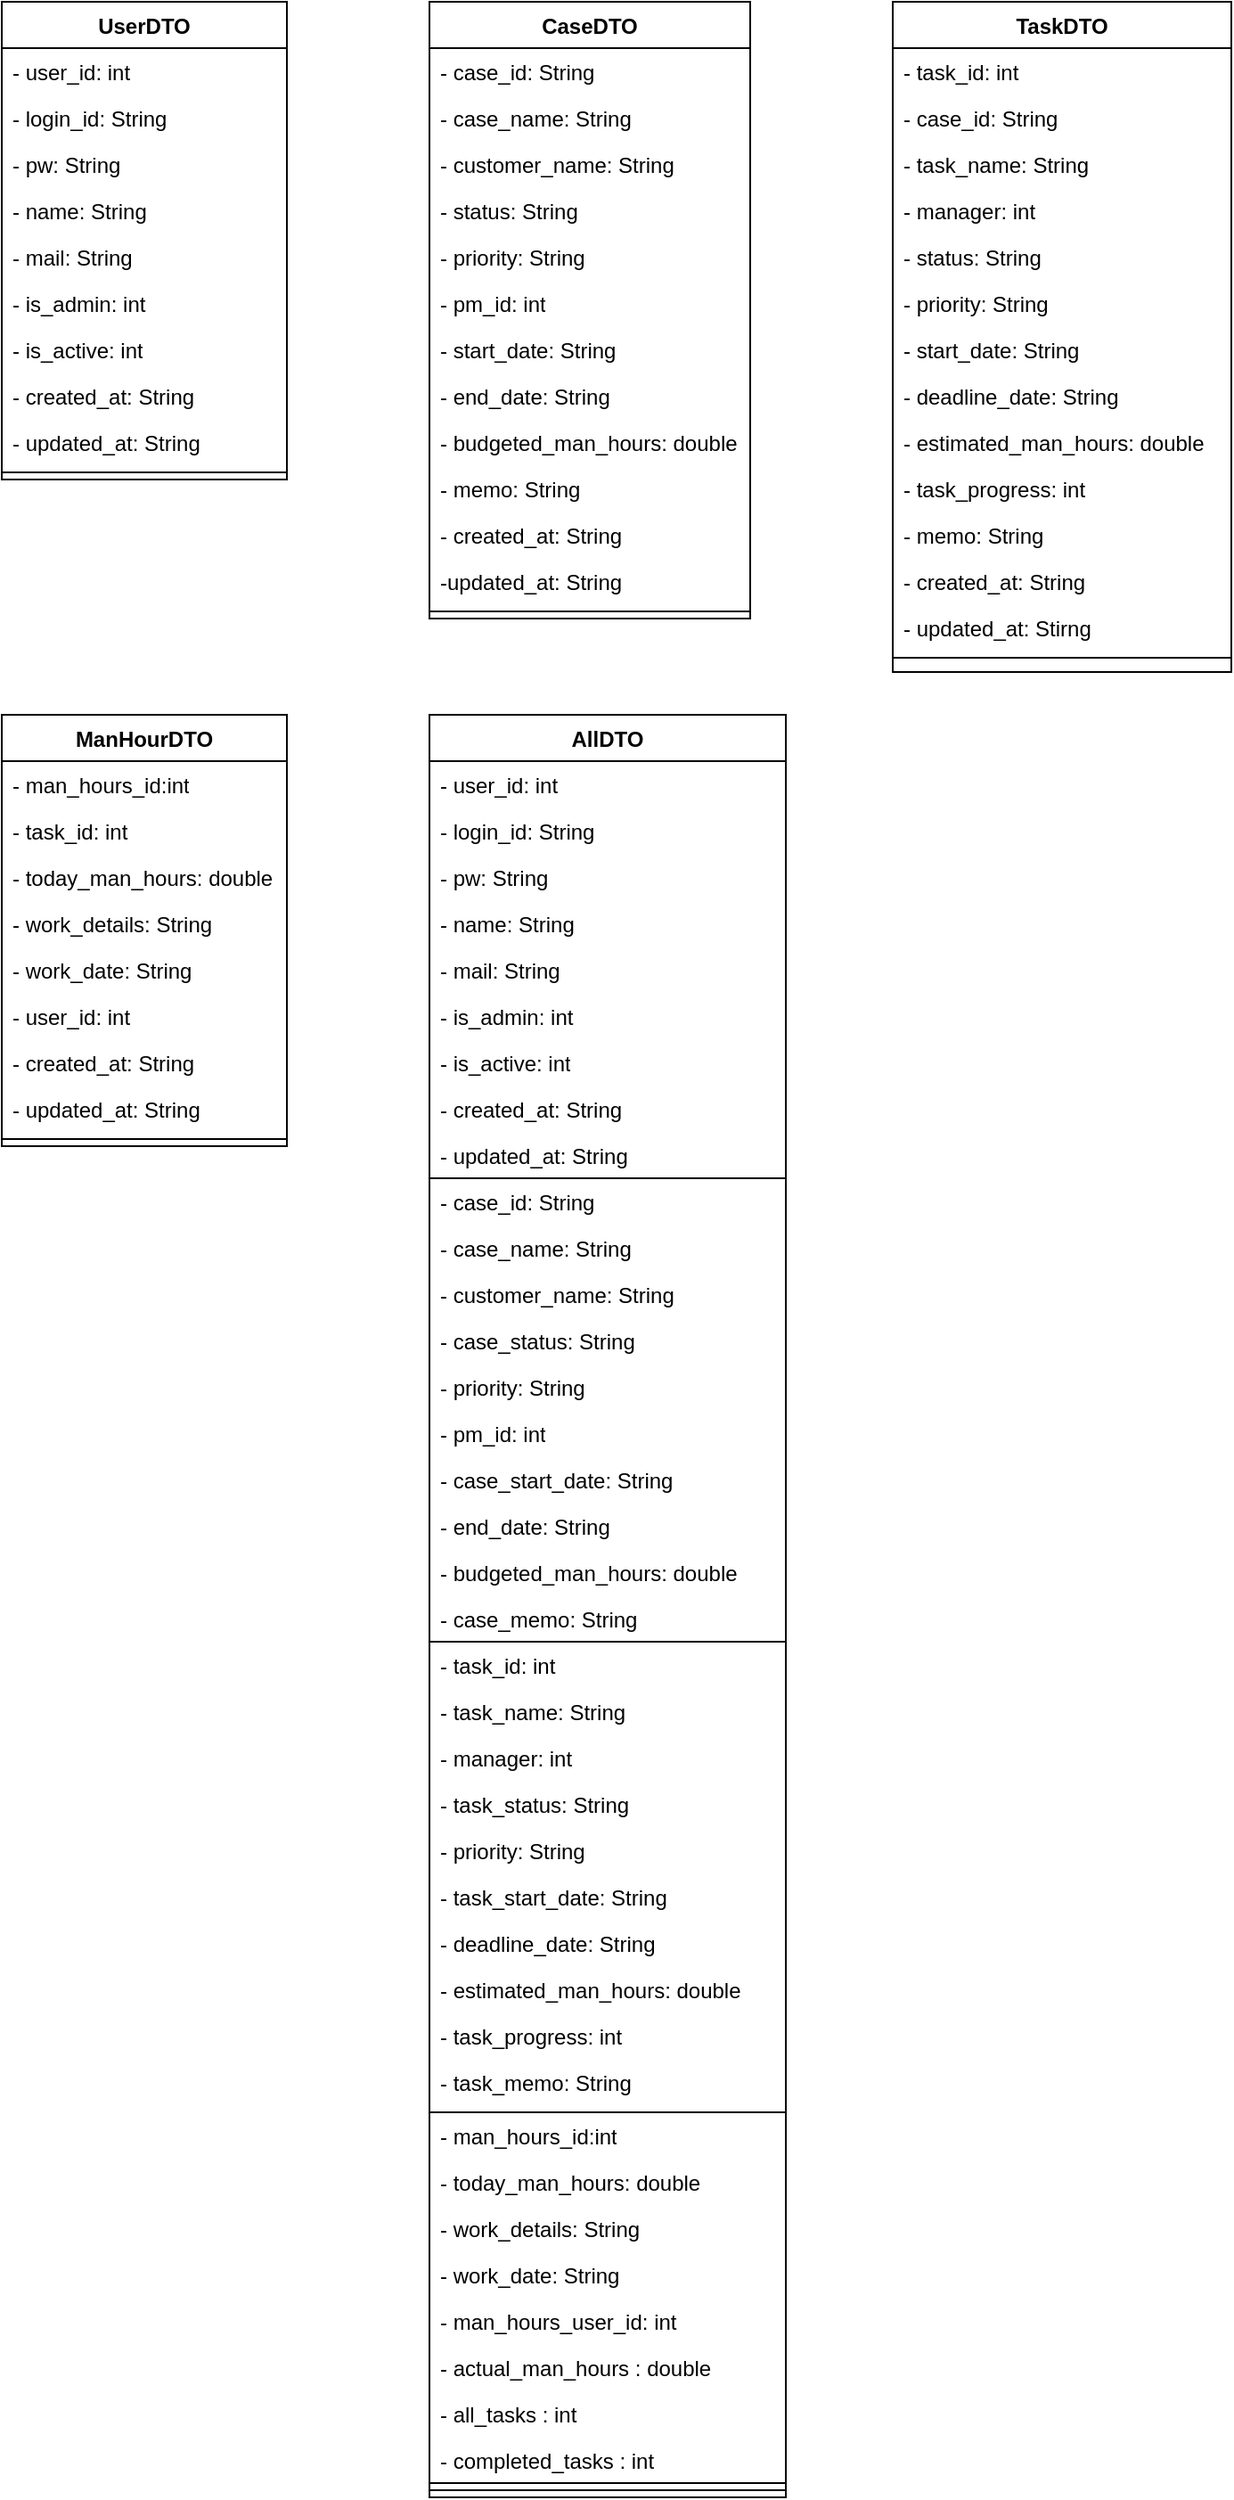
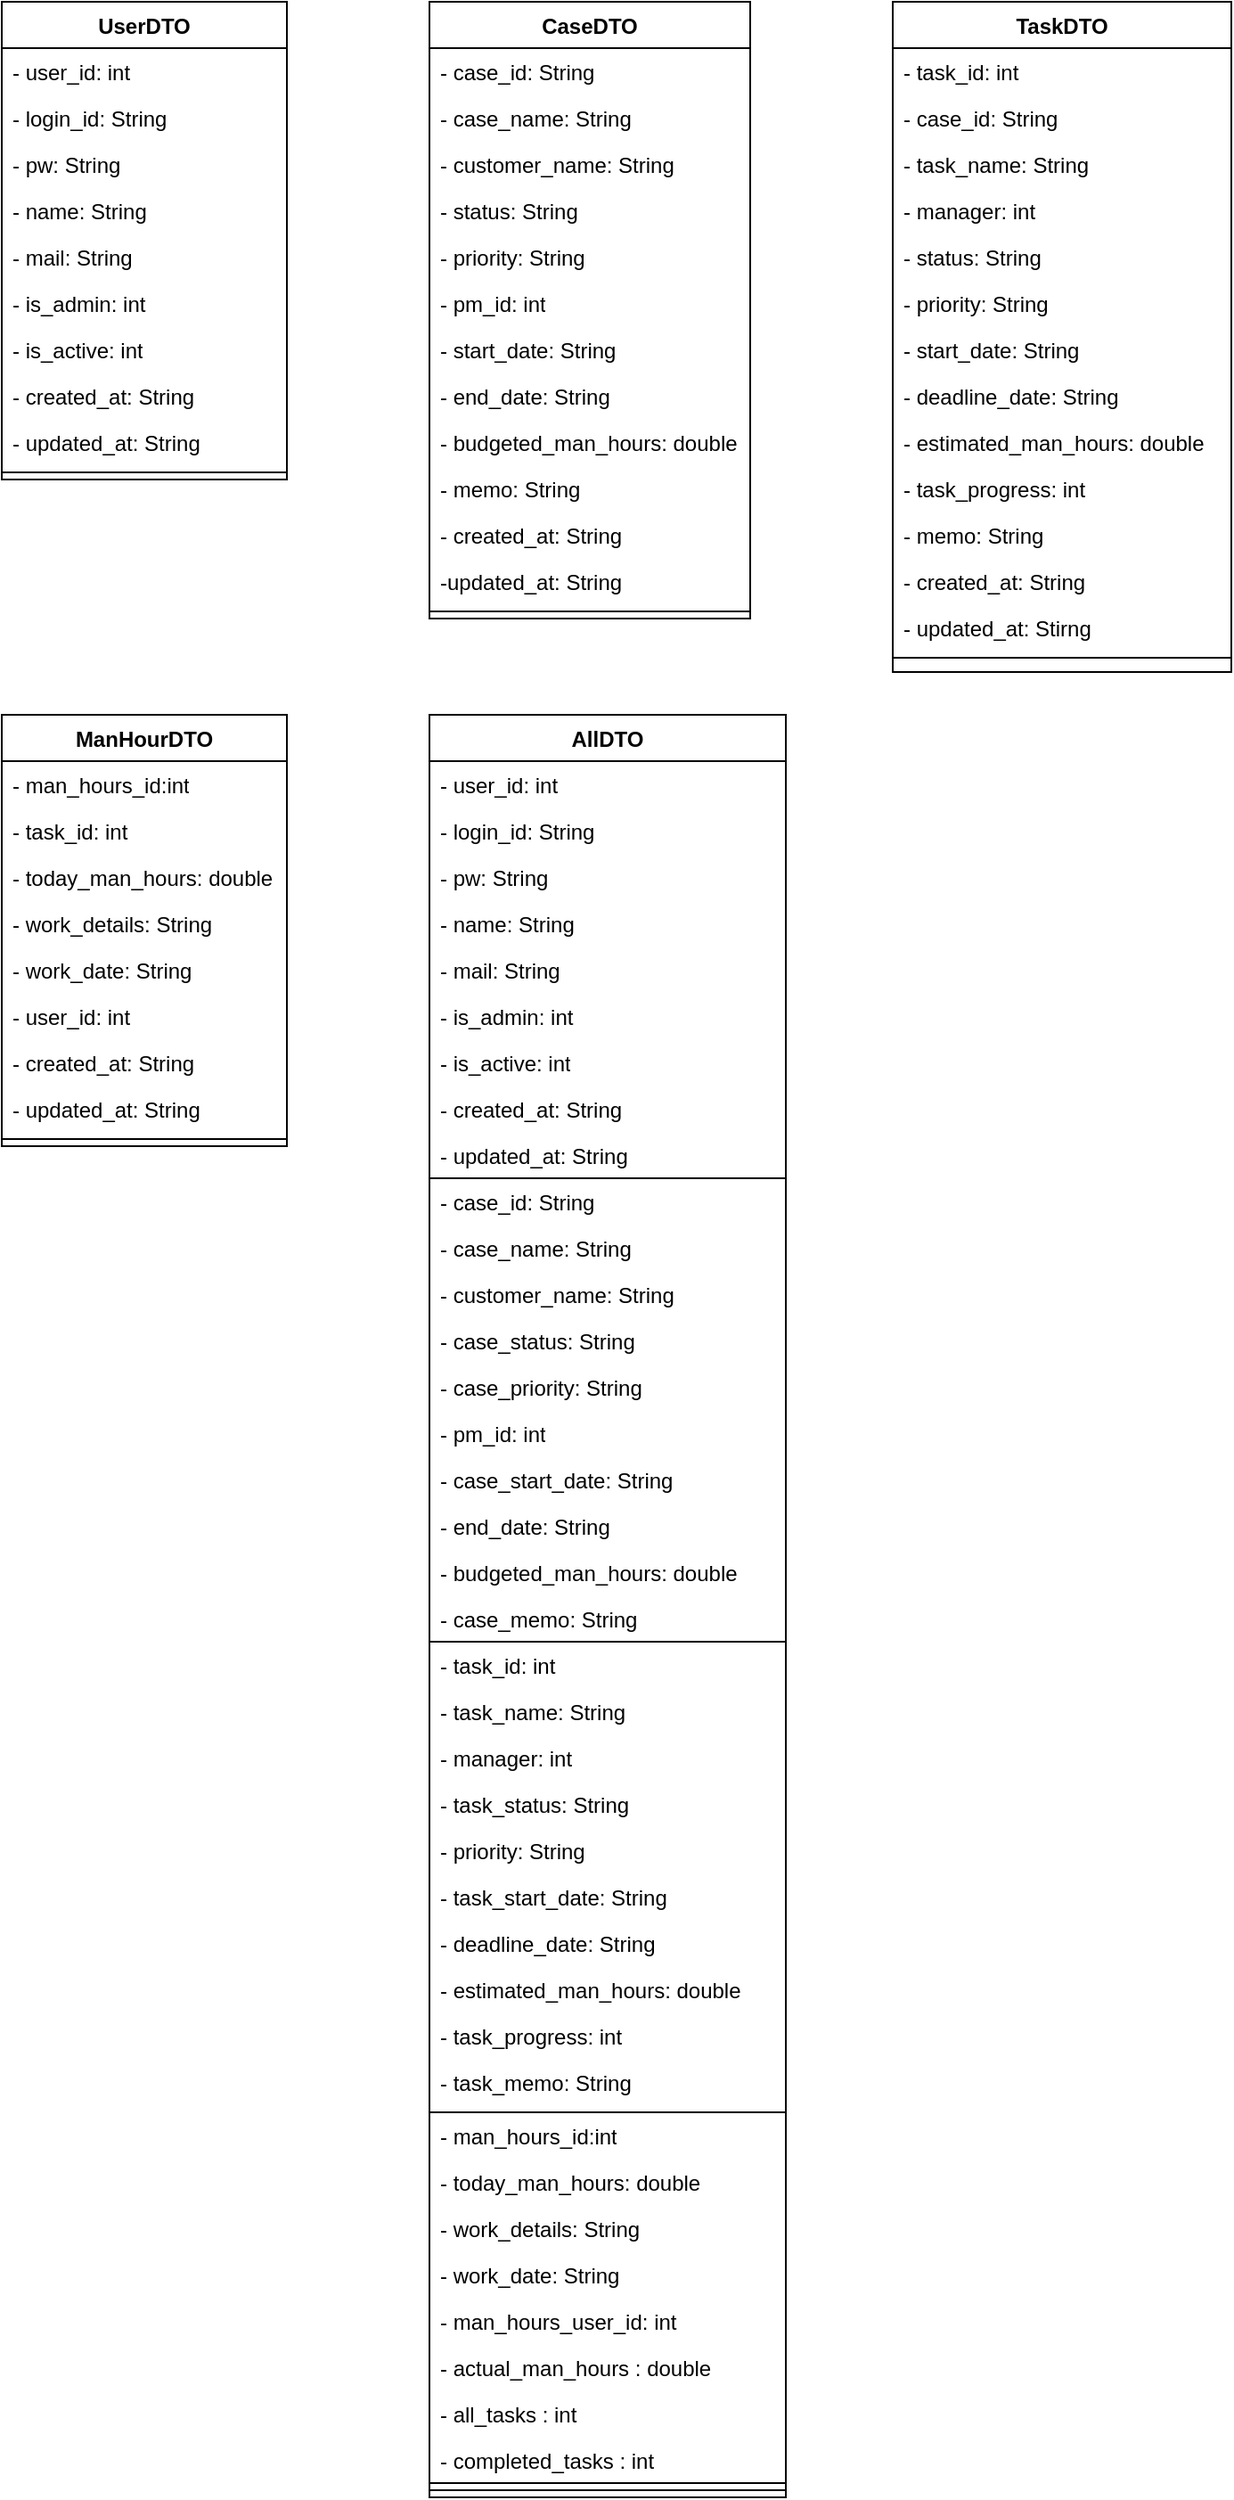
<mxfile host="65bd71144e">
    <diagram id="sRrsh6jzsbp9IWv2mriX" name="ページ1">
-         <mxGraphModel dx="396" dy="301" grid="1" gridSize="10" guides="1" tooltips="1" connect="1" arrows="1" fold="1" page="1" pageScale="1" pageWidth="827" pageHeight="1169" math="0" shadow="0">
+         <mxGraphModel dx="427" dy="472" grid="1" gridSize="10" guides="1" tooltips="1" connect="1" arrows="1" fold="1" page="1" pageScale="1" pageWidth="827" pageHeight="1169" math="0" shadow="0">
            <root>
                <mxCell id="0"/>
                <mxCell id="1" parent="0"/>
                <mxCell id="10" value="TaskDTO" style="swimlane;fontStyle=1;align=center;verticalAlign=top;childLayout=stackLayout;horizontal=1;startSize=26;horizontalStack=0;resizeParent=1;resizeParentMax=0;resizeLast=0;collapsible=1;marginBottom=0;whiteSpace=wrap;html=1;" parent="1" vertex="1">
                    <mxGeometry x="580" y="40" width="190" height="376" as="geometry"/>
                </mxCell>
                <mxCell id="11" value="- task_id: int" style="text;strokeColor=none;fillColor=none;align=left;verticalAlign=top;spacingLeft=4;spacingRight=4;overflow=hidden;rotatable=0;points=[[0,0.5],[1,0.5]];portConstraint=eastwest;whiteSpace=wrap;html=1;" parent="10" vertex="1">
                    <mxGeometry y="26" width="190" height="26" as="geometry"/>
                </mxCell>
                <mxCell id="54" value="- case_id: String" style="text;strokeColor=none;fillColor=none;align=left;verticalAlign=top;spacingLeft=4;spacingRight=4;overflow=hidden;rotatable=0;points=[[0,0.5],[1,0.5]];portConstraint=eastwest;whiteSpace=wrap;html=1;" parent="10" vertex="1">
                    <mxGeometry y="52" width="190" height="26" as="geometry"/>
                </mxCell>
                <mxCell id="53" value="- task_name: String" style="text;strokeColor=none;fillColor=none;align=left;verticalAlign=top;spacingLeft=4;spacingRight=4;overflow=hidden;rotatable=0;points=[[0,0.5],[1,0.5]];portConstraint=eastwest;whiteSpace=wrap;html=1;" parent="10" vertex="1">
                    <mxGeometry y="78" width="190" height="26" as="geometry"/>
                </mxCell>
                <mxCell id="52" value="- manager: int" style="text;strokeColor=none;fillColor=none;align=left;verticalAlign=top;spacingLeft=4;spacingRight=4;overflow=hidden;rotatable=0;points=[[0,0.5],[1,0.5]];portConstraint=eastwest;whiteSpace=wrap;html=1;" parent="10" vertex="1">
                    <mxGeometry y="104" width="190" height="26" as="geometry"/>
                </mxCell>
                <mxCell id="47" value="- status: String" style="text;strokeColor=none;fillColor=none;align=left;verticalAlign=top;spacingLeft=4;spacingRight=4;overflow=hidden;rotatable=0;points=[[0,0.5],[1,0.5]];portConstraint=eastwest;whiteSpace=wrap;html=1;" parent="10" vertex="1">
                    <mxGeometry y="130" width="190" height="26" as="geometry"/>
                </mxCell>
                <mxCell id="13" value="&lt;div&gt;&lt;br&gt;&lt;/div&gt;" style="text;strokeColor=none;fillColor=none;align=left;verticalAlign=top;spacingLeft=4;spacingRight=4;overflow=hidden;rotatable=0;points=[[0,0.5],[1,0.5]];portConstraint=eastwest;whiteSpace=wrap;html=1;" parent="10" vertex="1">
                    <mxGeometry y="156" width="190" as="geometry"/>
                </mxCell>
                <mxCell id="48" value="- priority: String" style="text;strokeColor=none;fillColor=none;align=left;verticalAlign=top;spacingLeft=4;spacingRight=4;overflow=hidden;rotatable=0;points=[[0,0.5],[1,0.5]];portConstraint=eastwest;whiteSpace=wrap;html=1;" parent="10" vertex="1">
                    <mxGeometry y="156" width="190" height="26" as="geometry"/>
                </mxCell>
                <mxCell id="49" value="- start_date: String" style="text;strokeColor=none;fillColor=none;align=left;verticalAlign=top;spacingLeft=4;spacingRight=4;overflow=hidden;rotatable=0;points=[[0,0.5],[1,0.5]];portConstraint=eastwest;whiteSpace=wrap;html=1;" parent="10" vertex="1">
                    <mxGeometry y="182" width="190" height="26" as="geometry"/>
                </mxCell>
                <mxCell id="55" value="- deadline_date: String" style="text;strokeColor=none;fillColor=none;align=left;verticalAlign=top;spacingLeft=4;spacingRight=4;overflow=hidden;rotatable=0;points=[[0,0.5],[1,0.5]];portConstraint=eastwest;whiteSpace=wrap;html=1;" parent="10" vertex="1">
                    <mxGeometry y="208" width="190" height="26" as="geometry"/>
                </mxCell>
                <mxCell id="56" value="- estimated_man_hours: double" style="text;strokeColor=none;fillColor=none;align=left;verticalAlign=top;spacingLeft=4;spacingRight=4;overflow=hidden;rotatable=0;points=[[0,0.5],[1,0.5]];portConstraint=eastwest;whiteSpace=wrap;html=1;" parent="10" vertex="1">
                    <mxGeometry y="234" width="190" height="26" as="geometry"/>
                </mxCell>
                <mxCell id="59" value="- task_progress: int" style="text;strokeColor=none;fillColor=none;align=left;verticalAlign=top;spacingLeft=4;spacingRight=4;overflow=hidden;rotatable=0;points=[[0,0.5],[1,0.5]];portConstraint=eastwest;whiteSpace=wrap;html=1;" parent="10" vertex="1">
                    <mxGeometry y="260" width="190" height="26" as="geometry"/>
                </mxCell>
                <mxCell id="58" value="- memo: String" style="text;strokeColor=none;fillColor=none;align=left;verticalAlign=top;spacingLeft=4;spacingRight=4;overflow=hidden;rotatable=0;points=[[0,0.5],[1,0.5]];portConstraint=eastwest;whiteSpace=wrap;html=1;" parent="10" vertex="1">
                    <mxGeometry y="286" width="190" height="26" as="geometry"/>
                </mxCell>
                <mxCell id="57" value="- created_at: String" style="text;strokeColor=none;fillColor=none;align=left;verticalAlign=top;spacingLeft=4;spacingRight=4;overflow=hidden;rotatable=0;points=[[0,0.5],[1,0.5]];portConstraint=eastwest;whiteSpace=wrap;html=1;" parent="10" vertex="1">
                    <mxGeometry y="312" width="190" height="26" as="geometry"/>
                </mxCell>
                <mxCell id="60" value="- updated_at: Stirng" style="text;strokeColor=none;fillColor=none;align=left;verticalAlign=top;spacingLeft=4;spacingRight=4;overflow=hidden;rotatable=0;points=[[0,0.5],[1,0.5]];portConstraint=eastwest;whiteSpace=wrap;html=1;" parent="10" vertex="1">
                    <mxGeometry y="338" width="190" height="26" as="geometry"/>
                </mxCell>
                <mxCell id="12" value="" style="line;strokeWidth=1;fillColor=none;align=left;verticalAlign=middle;spacingTop=-1;spacingLeft=3;spacingRight=3;rotatable=0;labelPosition=right;points=[];portConstraint=eastwest;strokeColor=inherit;" parent="10" vertex="1">
                    <mxGeometry y="364" width="190" height="8" as="geometry"/>
                </mxCell>
                <mxCell id="45" style="text;strokeColor=none;fillColor=none;align=left;verticalAlign=top;spacingLeft=4;spacingRight=4;overflow=hidden;rotatable=0;points=[[0,0.5],[1,0.5]];portConstraint=eastwest;whiteSpace=wrap;html=1;" parent="10" vertex="1">
                    <mxGeometry y="372" width="190" height="4" as="geometry"/>
                </mxCell>
                <mxCell id="14" value="ManHourDTO" style="swimlane;fontStyle=1;align=center;verticalAlign=top;childLayout=stackLayout;horizontal=1;startSize=26;horizontalStack=0;resizeParent=1;resizeParentMax=0;resizeLast=0;collapsible=1;marginBottom=0;whiteSpace=wrap;html=1;" parent="1" vertex="1">
                    <mxGeometry x="80" y="440" width="160" height="242" as="geometry"/>
                </mxCell>
                <mxCell id="15" value="- man_hours_id:int" style="text;strokeColor=none;fillColor=none;align=left;verticalAlign=top;spacingLeft=4;spacingRight=4;overflow=hidden;rotatable=0;points=[[0,0.5],[1,0.5]];portConstraint=eastwest;whiteSpace=wrap;html=1;" parent="14" vertex="1">
                    <mxGeometry y="26" width="160" height="26" as="geometry"/>
                </mxCell>
                <mxCell id="66" value="- task_id: int" style="text;strokeColor=none;fillColor=none;align=left;verticalAlign=top;spacingLeft=4;spacingRight=4;overflow=hidden;rotatable=0;points=[[0,0.5],[1,0.5]];portConstraint=eastwest;whiteSpace=wrap;html=1;" parent="14" vertex="1">
                    <mxGeometry y="52" width="160" height="26" as="geometry"/>
                </mxCell>
                <mxCell id="65" value="- today_man_hours: double" style="text;strokeColor=none;fillColor=none;align=left;verticalAlign=top;spacingLeft=4;spacingRight=4;overflow=hidden;rotatable=0;points=[[0,0.5],[1,0.5]];portConstraint=eastwest;whiteSpace=wrap;html=1;" parent="14" vertex="1">
                    <mxGeometry y="78" width="160" height="26" as="geometry"/>
                </mxCell>
                <mxCell id="64" value="- work_details: String" style="text;strokeColor=none;fillColor=none;align=left;verticalAlign=top;spacingLeft=4;spacingRight=4;overflow=hidden;rotatable=0;points=[[0,0.5],[1,0.5]];portConstraint=eastwest;whiteSpace=wrap;html=1;" parent="14" vertex="1">
                    <mxGeometry y="104" width="160" height="26" as="geometry"/>
                </mxCell>
                <mxCell id="63" value="- work_date: String" style="text;strokeColor=none;fillColor=none;align=left;verticalAlign=top;spacingLeft=4;spacingRight=4;overflow=hidden;rotatable=0;points=[[0,0.5],[1,0.5]];portConstraint=eastwest;whiteSpace=wrap;html=1;" parent="14" vertex="1">
                    <mxGeometry y="130" width="160" height="26" as="geometry"/>
                </mxCell>
                <mxCell id="62" value="- user_id: int" style="text;strokeColor=none;fillColor=none;align=left;verticalAlign=top;spacingLeft=4;spacingRight=4;overflow=hidden;rotatable=0;points=[[0,0.5],[1,0.5]];portConstraint=eastwest;whiteSpace=wrap;html=1;" parent="14" vertex="1">
                    <mxGeometry y="156" width="160" height="26" as="geometry"/>
                </mxCell>
                <mxCell id="61" value="- created_at: String" style="text;strokeColor=none;fillColor=none;align=left;verticalAlign=top;spacingLeft=4;spacingRight=4;overflow=hidden;rotatable=0;points=[[0,0.5],[1,0.5]];portConstraint=eastwest;whiteSpace=wrap;html=1;" parent="14" vertex="1">
                    <mxGeometry y="182" width="160" height="26" as="geometry"/>
                </mxCell>
                <mxCell id="67" value="- updated_at: String" style="text;strokeColor=none;fillColor=none;align=left;verticalAlign=top;spacingLeft=4;spacingRight=4;overflow=hidden;rotatable=0;points=[[0,0.5],[1,0.5]];portConstraint=eastwest;whiteSpace=wrap;html=1;" parent="14" vertex="1">
                    <mxGeometry y="208" width="160" height="26" as="geometry"/>
                </mxCell>
                <mxCell id="16" value="" style="line;strokeWidth=1;fillColor=none;align=left;verticalAlign=middle;spacingTop=-1;spacingLeft=3;spacingRight=3;rotatable=0;labelPosition=right;points=[];portConstraint=eastwest;strokeColor=inherit;" parent="14" vertex="1">
                    <mxGeometry y="234" width="160" height="8" as="geometry"/>
                </mxCell>
                <mxCell id="18" value="UserDTO" style="swimlane;fontStyle=1;align=center;verticalAlign=top;childLayout=stackLayout;horizontal=1;startSize=26;horizontalStack=0;resizeParent=1;resizeParentMax=0;resizeLast=0;collapsible=1;marginBottom=0;whiteSpace=wrap;html=1;spacingLeft=4;spacingRight=4;fontFamily=Helvetica;fontSize=12;fontColor=default;fillColor=none;gradientColor=none;" parent="1" vertex="1">
                    <mxGeometry x="80" y="40" width="160" height="268" as="geometry"/>
                </mxCell>
                <mxCell id="19" value="- user_id: int" style="text;strokeColor=none;fillColor=none;align=left;verticalAlign=top;spacingLeft=4;spacingRight=4;overflow=hidden;rotatable=0;points=[[0,0.5],[1,0.5]];portConstraint=eastwest;whiteSpace=wrap;html=1;fontFamily=Helvetica;fontSize=12;fontColor=default;" parent="18" vertex="1">
                    <mxGeometry y="26" width="160" height="26" as="geometry"/>
                </mxCell>
                <mxCell id="32" value="- login_id: String" style="text;strokeColor=none;fillColor=none;align=left;verticalAlign=top;spacingLeft=4;spacingRight=4;overflow=hidden;rotatable=0;points=[[0,0.5],[1,0.5]];portConstraint=eastwest;whiteSpace=wrap;html=1;fontFamily=Helvetica;fontSize=12;fontColor=default;" parent="18" vertex="1">
                    <mxGeometry y="52" width="160" height="26" as="geometry"/>
                </mxCell>
                <mxCell id="20" value="- pw: String" style="text;strokeColor=none;fillColor=none;align=left;verticalAlign=top;spacingLeft=4;spacingRight=4;overflow=hidden;rotatable=0;points=[[0,0.5],[1,0.5]];portConstraint=eastwest;whiteSpace=wrap;html=1;fontFamily=Helvetica;fontSize=12;fontColor=default;" parent="18" vertex="1">
                    <mxGeometry y="78" width="160" height="26" as="geometry"/>
                </mxCell>
                <mxCell id="21" value="&lt;span style=&quot;color: rgb(0, 0, 0);&quot;&gt;- name: String&lt;/span&gt;" style="text;strokeColor=none;fillColor=none;align=left;verticalAlign=top;spacingLeft=4;spacingRight=4;overflow=hidden;rotatable=0;points=[[0,0.5],[1,0.5]];portConstraint=eastwest;whiteSpace=wrap;html=1;fontFamily=Helvetica;fontSize=12;fontColor=default;" parent="18" vertex="1">
                    <mxGeometry y="104" width="160" height="26" as="geometry"/>
                </mxCell>
                <mxCell id="33" value="- mail: String" style="text;strokeColor=none;fillColor=none;align=left;verticalAlign=top;spacingLeft=4;spacingRight=4;overflow=hidden;rotatable=0;points=[[0,0.5],[1,0.5]];portConstraint=eastwest;whiteSpace=wrap;html=1;fontFamily=Helvetica;fontSize=12;fontColor=default;" parent="18" vertex="1">
                    <mxGeometry y="130" width="160" height="26" as="geometry"/>
                </mxCell>
                <mxCell id="22" value="&lt;span style=&quot;color: rgb(0, 0, 0);&quot;&gt;- is_admin: int&lt;/span&gt;" style="text;strokeColor=none;fillColor=none;align=left;verticalAlign=top;spacingLeft=4;spacingRight=4;overflow=hidden;rotatable=0;points=[[0,0.5],[1,0.5]];portConstraint=eastwest;whiteSpace=wrap;html=1;fontFamily=Helvetica;fontSize=12;fontColor=default;" parent="18" vertex="1">
                    <mxGeometry y="156" width="160" height="26" as="geometry"/>
                </mxCell>
                <mxCell id="34" value="- is_active: int" style="text;strokeColor=none;fillColor=none;align=left;verticalAlign=top;spacingLeft=4;spacingRight=4;overflow=hidden;rotatable=0;points=[[0,0.5],[1,0.5]];portConstraint=eastwest;whiteSpace=wrap;html=1;fontFamily=Helvetica;fontSize=12;fontColor=default;" parent="18" vertex="1">
                    <mxGeometry y="182" width="160" height="26" as="geometry"/>
                </mxCell>
                <mxCell id="36" value="- created_at: String" style="text;strokeColor=none;fillColor=none;align=left;verticalAlign=top;spacingLeft=4;spacingRight=4;overflow=hidden;rotatable=0;points=[[0,0.5],[1,0.5]];portConstraint=eastwest;whiteSpace=wrap;html=1;fontFamily=Helvetica;fontSize=12;fontColor=default;" parent="18" vertex="1">
                    <mxGeometry y="208" width="160" height="26" as="geometry"/>
                </mxCell>
                <mxCell id="35" value="- updated_at: String" style="text;strokeColor=none;fillColor=none;align=left;verticalAlign=top;spacingLeft=4;spacingRight=4;overflow=hidden;rotatable=0;points=[[0,0.5],[1,0.5]];portConstraint=eastwest;whiteSpace=wrap;html=1;fontFamily=Helvetica;fontSize=12;fontColor=default;" parent="18" vertex="1">
                    <mxGeometry y="234" width="160" height="26" as="geometry"/>
                </mxCell>
                <mxCell id="24" value="" style="line;strokeWidth=1;fillColor=none;align=left;verticalAlign=middle;spacingTop=-1;spacingLeft=3;spacingRight=3;rotatable=0;labelPosition=right;points=[];portConstraint=eastwest;strokeColor=inherit;fontFamily=Helvetica;fontSize=12;fontColor=default;" parent="18" vertex="1">
                    <mxGeometry y="260" width="160" height="8" as="geometry"/>
                </mxCell>
                <mxCell id="25" value="CaseDTO" style="swimlane;fontStyle=1;align=center;verticalAlign=top;childLayout=stackLayout;horizontal=1;startSize=26;horizontalStack=0;resizeParent=1;resizeParentMax=0;resizeLast=0;collapsible=1;marginBottom=0;whiteSpace=wrap;html=1;spacingLeft=4;spacingRight=4;fontFamily=Helvetica;fontSize=12;fontColor=default;fillColor=none;gradientColor=none;" parent="1" vertex="1">
                    <mxGeometry x="320" y="40" width="180" height="346" as="geometry"/>
                </mxCell>
                <mxCell id="26" value="- case_id: String" style="text;strokeColor=none;fillColor=none;align=left;verticalAlign=top;spacingLeft=4;spacingRight=4;overflow=hidden;rotatable=0;points=[[0,0.5],[1,0.5]];portConstraint=eastwest;whiteSpace=wrap;html=1;fontFamily=Helvetica;fontSize=12;fontColor=default;" parent="25" vertex="1">
                    <mxGeometry y="26" width="180" height="26" as="geometry"/>
                </mxCell>
                <mxCell id="27" value="- case_name: String" style="text;strokeColor=none;fillColor=none;align=left;verticalAlign=top;spacingLeft=4;spacingRight=4;overflow=hidden;rotatable=0;points=[[0,0.5],[1,0.5]];portConstraint=eastwest;whiteSpace=wrap;html=1;fontFamily=Helvetica;fontSize=12;fontColor=default;" parent="25" vertex="1">
                    <mxGeometry y="52" width="180" height="26" as="geometry"/>
                </mxCell>
                <mxCell id="28" value="&lt;span style=&quot;color: rgb(0, 0, 0);&quot;&gt;- customer_name: String&lt;/span&gt;" style="text;strokeColor=none;fillColor=none;align=left;verticalAlign=top;spacingLeft=4;spacingRight=4;overflow=hidden;rotatable=0;points=[[0,0.5],[1,0.5]];portConstraint=eastwest;whiteSpace=wrap;html=1;fontFamily=Helvetica;fontSize=12;fontColor=default;" parent="25" vertex="1">
                    <mxGeometry y="78" width="180" height="26" as="geometry"/>
                </mxCell>
                <mxCell id="29" value="&lt;span style=&quot;color: rgb(0, 0, 0);&quot;&gt;- status&lt;/span&gt;&lt;span style=&quot;background-color: transparent;&quot;&gt;: String&lt;/span&gt;" style="text;strokeColor=none;fillColor=none;align=left;verticalAlign=top;spacingLeft=4;spacingRight=4;overflow=hidden;rotatable=0;points=[[0,0.5],[1,0.5]];portConstraint=eastwest;whiteSpace=wrap;html=1;fontFamily=Helvetica;fontSize=12;fontColor=default;" parent="25" vertex="1">
                    <mxGeometry y="104" width="180" height="26" as="geometry"/>
                </mxCell>
                <mxCell id="30" value="&lt;span style=&quot;color: rgb(0, 0, 0);&quot;&gt;- priority: String&lt;/span&gt;" style="text;strokeColor=none;fillColor=none;align=left;verticalAlign=top;spacingLeft=4;spacingRight=4;overflow=hidden;rotatable=0;points=[[0,0.5],[1,0.5]];portConstraint=eastwest;whiteSpace=wrap;html=1;fontFamily=Helvetica;fontSize=12;fontColor=default;" parent="25" vertex="1">
                    <mxGeometry y="130" width="180" height="26" as="geometry"/>
                </mxCell>
                <mxCell id="39" value="- pm_id: int" style="text;strokeColor=none;fillColor=none;align=left;verticalAlign=top;spacingLeft=4;spacingRight=4;overflow=hidden;rotatable=0;points=[[0,0.5],[1,0.5]];portConstraint=eastwest;whiteSpace=wrap;html=1;fontFamily=Helvetica;fontSize=12;fontColor=default;" parent="25" vertex="1">
                    <mxGeometry y="156" width="180" height="26" as="geometry"/>
                </mxCell>
                <mxCell id="38" value="- start_date: String" style="text;strokeColor=none;fillColor=none;align=left;verticalAlign=top;spacingLeft=4;spacingRight=4;overflow=hidden;rotatable=0;points=[[0,0.5],[1,0.5]];portConstraint=eastwest;whiteSpace=wrap;html=1;fontFamily=Helvetica;fontSize=12;fontColor=default;" parent="25" vertex="1">
                    <mxGeometry y="182" width="180" height="26" as="geometry"/>
                </mxCell>
                <mxCell id="37" value="- end_date: String" style="text;strokeColor=none;fillColor=none;align=left;verticalAlign=top;spacingLeft=4;spacingRight=4;overflow=hidden;rotatable=0;points=[[0,0.5],[1,0.5]];portConstraint=eastwest;whiteSpace=wrap;html=1;fontFamily=Helvetica;fontSize=12;fontColor=default;" parent="25" vertex="1">
                    <mxGeometry y="208" width="180" height="26" as="geometry"/>
                </mxCell>
                <mxCell id="43" value="- budgeted_man_hours: double" style="text;strokeColor=none;fillColor=none;align=left;verticalAlign=top;spacingLeft=4;spacingRight=4;overflow=hidden;rotatable=0;points=[[0,0.5],[1,0.5]];portConstraint=eastwest;whiteSpace=wrap;html=1;fontFamily=Helvetica;fontSize=12;fontColor=default;" parent="25" vertex="1">
                    <mxGeometry y="234" width="180" height="26" as="geometry"/>
                </mxCell>
                <mxCell id="42" value="- memo: String" style="text;strokeColor=none;fillColor=none;align=left;verticalAlign=top;spacingLeft=4;spacingRight=4;overflow=hidden;rotatable=0;points=[[0,0.5],[1,0.5]];portConstraint=eastwest;whiteSpace=wrap;html=1;fontFamily=Helvetica;fontSize=12;fontColor=default;" parent="25" vertex="1">
                    <mxGeometry y="260" width="180" height="26" as="geometry"/>
                </mxCell>
                <mxCell id="41" value="- created_at: String" style="text;strokeColor=none;fillColor=none;align=left;verticalAlign=top;spacingLeft=4;spacingRight=4;overflow=hidden;rotatable=0;points=[[0,0.5],[1,0.5]];portConstraint=eastwest;whiteSpace=wrap;html=1;fontFamily=Helvetica;fontSize=12;fontColor=default;" parent="25" vertex="1">
                    <mxGeometry y="286" width="180" height="26" as="geometry"/>
                </mxCell>
                <mxCell id="40" value="-updated_at: String" style="text;strokeColor=none;fillColor=none;align=left;verticalAlign=top;spacingLeft=4;spacingRight=4;overflow=hidden;rotatable=0;points=[[0,0.5],[1,0.5]];portConstraint=eastwest;whiteSpace=wrap;html=1;fontFamily=Helvetica;fontSize=12;fontColor=default;" parent="25" vertex="1">
                    <mxGeometry y="312" width="180" height="26" as="geometry"/>
                </mxCell>
                <mxCell id="31" value="" style="line;strokeWidth=1;fillColor=none;align=left;verticalAlign=middle;spacingTop=-1;spacingLeft=3;spacingRight=3;rotatable=0;labelPosition=right;points=[];portConstraint=eastwest;strokeColor=inherit;fontFamily=Helvetica;fontSize=12;fontColor=default;" parent="25" vertex="1">
                    <mxGeometry y="338" width="180" height="8" as="geometry"/>
                </mxCell>
                <mxCell id="85" value="AllDTO" style="swimlane;fontStyle=1;align=center;verticalAlign=top;childLayout=stackLayout;horizontal=1;startSize=26;horizontalStack=0;resizeParent=1;resizeParentMax=0;resizeLast=0;collapsible=1;marginBottom=0;whiteSpace=wrap;html=1;spacingLeft=4;spacingRight=4;fontFamily=Helvetica;fontSize=12;fontColor=default;fillColor=none;gradientColor=none;" parent="1" vertex="1">
                    <mxGeometry x="320" y="440" width="200" height="1000" as="geometry"/>
                </mxCell>
                <mxCell id="86" value="- user_id: int" style="text;strokeColor=none;fillColor=none;align=left;verticalAlign=top;spacingLeft=4;spacingRight=4;overflow=hidden;rotatable=0;points=[[0,0.5],[1,0.5]];portConstraint=eastwest;whiteSpace=wrap;html=1;fontFamily=Helvetica;fontSize=12;fontColor=default;" parent="85" vertex="1">
                    <mxGeometry y="26" width="200" height="26" as="geometry"/>
                </mxCell>
                <mxCell id="87" value="- login_id: String" style="text;strokeColor=none;fillColor=none;align=left;verticalAlign=top;spacingLeft=4;spacingRight=4;overflow=hidden;rotatable=0;points=[[0,0.5],[1,0.5]];portConstraint=eastwest;whiteSpace=wrap;html=1;fontFamily=Helvetica;fontSize=12;fontColor=default;" parent="85" vertex="1">
                    <mxGeometry y="52" width="200" height="26" as="geometry"/>
                </mxCell>
                <mxCell id="88" value="- pw: String" style="text;strokeColor=none;fillColor=none;align=left;verticalAlign=top;spacingLeft=4;spacingRight=4;overflow=hidden;rotatable=0;points=[[0,0.5],[1,0.5]];portConstraint=eastwest;whiteSpace=wrap;html=1;fontFamily=Helvetica;fontSize=12;fontColor=default;" parent="85" vertex="1">
                    <mxGeometry y="78" width="200" height="26" as="geometry"/>
                </mxCell>
                <mxCell id="89" value="&lt;span style=&quot;color: rgb(0, 0, 0);&quot;&gt;- name: String&lt;/span&gt;" style="text;strokeColor=none;fillColor=none;align=left;verticalAlign=top;spacingLeft=4;spacingRight=4;overflow=hidden;rotatable=0;points=[[0,0.5],[1,0.5]];portConstraint=eastwest;whiteSpace=wrap;html=1;fontFamily=Helvetica;fontSize=12;fontColor=default;" parent="85" vertex="1">
                    <mxGeometry y="104" width="200" height="26" as="geometry"/>
                </mxCell>
                <mxCell id="90" value="- mail: String" style="text;strokeColor=none;fillColor=none;align=left;verticalAlign=top;spacingLeft=4;spacingRight=4;overflow=hidden;rotatable=0;points=[[0,0.5],[1,0.5]];portConstraint=eastwest;whiteSpace=wrap;html=1;fontFamily=Helvetica;fontSize=12;fontColor=default;" parent="85" vertex="1">
                    <mxGeometry y="130" width="200" height="26" as="geometry"/>
                </mxCell>
                <mxCell id="91" value="&lt;span style=&quot;color: rgb(0, 0, 0);&quot;&gt;- is_admin: int&lt;/span&gt;" style="text;strokeColor=none;fillColor=none;align=left;verticalAlign=top;spacingLeft=4;spacingRight=4;overflow=hidden;rotatable=0;points=[[0,0.5],[1,0.5]];portConstraint=eastwest;whiteSpace=wrap;html=1;fontFamily=Helvetica;fontSize=12;fontColor=default;" parent="85" vertex="1">
                    <mxGeometry y="156" width="200" height="26" as="geometry"/>
                </mxCell>
                <mxCell id="92" value="- is_active: int" style="text;strokeColor=none;fillColor=none;align=left;verticalAlign=top;spacingLeft=4;spacingRight=4;overflow=hidden;rotatable=0;points=[[0,0.5],[1,0.5]];portConstraint=eastwest;whiteSpace=wrap;html=1;fontFamily=Helvetica;fontSize=12;fontColor=default;" parent="85" vertex="1">
                    <mxGeometry y="182" width="200" height="26" as="geometry"/>
                </mxCell>
                <mxCell id="93" value="- created_at: String" style="text;strokeColor=none;fillColor=none;align=left;verticalAlign=top;spacingLeft=4;spacingRight=4;overflow=hidden;rotatable=0;points=[[0,0.5],[1,0.5]];portConstraint=eastwest;whiteSpace=wrap;html=1;fontFamily=Helvetica;fontSize=12;fontColor=default;" parent="85" vertex="1">
                    <mxGeometry y="208" width="200" height="26" as="geometry"/>
                </mxCell>
                <mxCell id="94" value="- updated_at: String" style="text;strokeColor=none;fillColor=none;align=left;verticalAlign=top;spacingLeft=4;spacingRight=4;overflow=hidden;rotatable=0;points=[[0,0.5],[1,0.5]];portConstraint=eastwest;whiteSpace=wrap;html=1;fontFamily=Helvetica;fontSize=12;fontColor=default;" parent="85" vertex="1">
                    <mxGeometry y="234" width="200" height="26" as="geometry"/>
                </mxCell>
                <mxCell id="96" value="" style="swimlane;fontStyle=1;align=center;verticalAlign=top;childLayout=stackLayout;horizontal=1;startSize=0;horizontalStack=0;resizeParent=1;resizeParentMax=0;resizeLast=0;collapsible=1;marginBottom=0;whiteSpace=wrap;html=1;spacingLeft=4;spacingRight=4;fontFamily=Helvetica;fontSize=12;fontColor=default;fillColor=none;gradientColor=none;" parent="85" vertex="1">
                    <mxGeometry y="260" width="200" height="740" as="geometry">
                        <mxRectangle y="268" width="160" height="30" as="alternateBounds"/>
                    </mxGeometry>
                </mxCell>
                <mxCell id="97" value="- case_id: String" style="text;strokeColor=none;fillColor=none;align=left;verticalAlign=top;spacingLeft=4;spacingRight=4;overflow=hidden;rotatable=0;points=[[0,0.5],[1,0.5]];portConstraint=eastwest;whiteSpace=wrap;html=1;fontFamily=Helvetica;fontSize=12;fontColor=default;" parent="96" vertex="1">
                    <mxGeometry width="200" height="26" as="geometry"/>
                </mxCell>
                <mxCell id="98" value="- case_name: String" style="text;strokeColor=none;fillColor=none;align=left;verticalAlign=top;spacingLeft=4;spacingRight=4;overflow=hidden;rotatable=0;points=[[0,0.5],[1,0.5]];portConstraint=eastwest;whiteSpace=wrap;html=1;fontFamily=Helvetica;fontSize=12;fontColor=default;" parent="96" vertex="1">
                    <mxGeometry y="26" width="200" height="26" as="geometry"/>
                </mxCell>
                <mxCell id="99" value="&lt;span style=&quot;color: rgb(0, 0, 0);&quot;&gt;- customer_name: String&lt;/span&gt;" style="text;strokeColor=none;fillColor=none;align=left;verticalAlign=top;spacingLeft=4;spacingRight=4;overflow=hidden;rotatable=0;points=[[0,0.5],[1,0.5]];portConstraint=eastwest;whiteSpace=wrap;html=1;fontFamily=Helvetica;fontSize=12;fontColor=default;" parent="96" vertex="1">
                    <mxGeometry y="52" width="200" height="26" as="geometry"/>
                </mxCell>
                <mxCell id="100" value="&lt;span style=&quot;color: rgb(0, 0, 0);&quot;&gt;- case_status&lt;/span&gt;&lt;span style=&quot;background-color: transparent;&quot;&gt;: String&lt;/span&gt;" style="text;strokeColor=none;fillColor=none;align=left;verticalAlign=top;spacingLeft=4;spacingRight=4;overflow=hidden;rotatable=0;points=[[0,0.5],[1,0.5]];portConstraint=eastwest;whiteSpace=wrap;html=1;fontFamily=Helvetica;fontSize=12;fontColor=default;" parent="96" vertex="1">
                    <mxGeometry y="78" width="200" height="26" as="geometry"/>
                </mxCell>
-                 <mxCell id="101" value="&lt;span style=&quot;color: rgb(0, 0, 0);&quot;&gt;- priority: String&lt;/span&gt;" style="text;strokeColor=none;fillColor=none;align=left;verticalAlign=top;spacingLeft=4;spacingRight=4;overflow=hidden;rotatable=0;points=[[0,0.5],[1,0.5]];portConstraint=eastwest;whiteSpace=wrap;html=1;fontFamily=Helvetica;fontSize=12;fontColor=default;" parent="96" vertex="1">
+                 <mxCell id="101" value="&lt;span style=&quot;color: rgb(0, 0, 0);&quot;&gt;- case_priority: String&lt;/span&gt;" style="text;strokeColor=none;fillColor=none;align=left;verticalAlign=top;spacingLeft=4;spacingRight=4;overflow=hidden;rotatable=0;points=[[0,0.5],[1,0.5]];portConstraint=eastwest;whiteSpace=wrap;html=1;fontFamily=Helvetica;fontSize=12;fontColor=default;" parent="96" vertex="1">
                    <mxGeometry y="104" width="200" height="26" as="geometry"/>
                </mxCell>
                <mxCell id="102" value="- pm_id: int" style="text;strokeColor=none;fillColor=none;align=left;verticalAlign=top;spacingLeft=4;spacingRight=4;overflow=hidden;rotatable=0;points=[[0,0.5],[1,0.5]];portConstraint=eastwest;whiteSpace=wrap;html=1;fontFamily=Helvetica;fontSize=12;fontColor=default;" parent="96" vertex="1">
                    <mxGeometry y="130" width="200" height="26" as="geometry"/>
                </mxCell>
                <mxCell id="103" value="- case_start_date: String" style="text;strokeColor=none;fillColor=none;align=left;verticalAlign=top;spacingLeft=4;spacingRight=4;overflow=hidden;rotatable=0;points=[[0,0.5],[1,0.5]];portConstraint=eastwest;whiteSpace=wrap;html=1;fontFamily=Helvetica;fontSize=12;fontColor=default;" parent="96" vertex="1">
                    <mxGeometry y="156" width="200" height="26" as="geometry"/>
                </mxCell>
                <mxCell id="104" value="- end_date: String" style="text;strokeColor=none;fillColor=none;align=left;verticalAlign=top;spacingLeft=4;spacingRight=4;overflow=hidden;rotatable=0;points=[[0,0.5],[1,0.5]];portConstraint=eastwest;whiteSpace=wrap;html=1;fontFamily=Helvetica;fontSize=12;fontColor=default;" parent="96" vertex="1">
                    <mxGeometry y="182" width="200" height="26" as="geometry"/>
                </mxCell>
                <mxCell id="105" value="- budgeted_man_hours: double" style="text;strokeColor=none;fillColor=none;align=left;verticalAlign=top;spacingLeft=4;spacingRight=4;overflow=hidden;rotatable=0;points=[[0,0.5],[1,0.5]];portConstraint=eastwest;whiteSpace=wrap;html=1;fontFamily=Helvetica;fontSize=12;fontColor=default;" parent="96" vertex="1">
                    <mxGeometry y="208" width="200" height="26" as="geometry"/>
                </mxCell>
                <mxCell id="106" value="- case_memo: String" style="text;strokeColor=none;fillColor=none;align=left;verticalAlign=top;spacingLeft=4;spacingRight=4;overflow=hidden;rotatable=0;points=[[0,0.5],[1,0.5]];portConstraint=eastwest;whiteSpace=wrap;html=1;fontFamily=Helvetica;fontSize=12;fontColor=default;" parent="96" vertex="1">
                    <mxGeometry y="234" width="200" height="26" as="geometry"/>
                </mxCell>
                <mxCell id="110" value="" style="swimlane;fontStyle=1;align=center;verticalAlign=top;childLayout=stackLayout;horizontal=1;startSize=0;horizontalStack=0;resizeParent=1;resizeParentMax=0;resizeLast=0;collapsible=1;marginBottom=0;whiteSpace=wrap;html=1;" parent="96" vertex="1">
                    <mxGeometry y="260" width="200" height="264" as="geometry"/>
                </mxCell>
                <mxCell id="111" value="- task_id: int" style="text;strokeColor=none;fillColor=none;align=left;verticalAlign=top;spacingLeft=4;spacingRight=4;overflow=hidden;rotatable=0;points=[[0,0.5],[1,0.5]];portConstraint=eastwest;whiteSpace=wrap;html=1;" parent="110" vertex="1">
                    <mxGeometry width="200" height="26" as="geometry"/>
                </mxCell>
                <mxCell id="113" value="- task_name: String" style="text;strokeColor=none;fillColor=none;align=left;verticalAlign=top;spacingLeft=4;spacingRight=4;overflow=hidden;rotatable=0;points=[[0,0.5],[1,0.5]];portConstraint=eastwest;whiteSpace=wrap;html=1;" parent="110" vertex="1">
                    <mxGeometry y="26" width="200" height="26" as="geometry"/>
                </mxCell>
                <mxCell id="114" value="- manager: int" style="text;strokeColor=none;fillColor=none;align=left;verticalAlign=top;spacingLeft=4;spacingRight=4;overflow=hidden;rotatable=0;points=[[0,0.5],[1,0.5]];portConstraint=eastwest;whiteSpace=wrap;html=1;" parent="110" vertex="1">
                    <mxGeometry y="52" width="200" height="26" as="geometry"/>
                </mxCell>
                <mxCell id="115" value="- task_status: String" style="text;strokeColor=none;fillColor=none;align=left;verticalAlign=top;spacingLeft=4;spacingRight=4;overflow=hidden;rotatable=0;points=[[0,0.5],[1,0.5]];portConstraint=eastwest;whiteSpace=wrap;html=1;" parent="110" vertex="1">
                    <mxGeometry y="78" width="200" height="26" as="geometry"/>
                </mxCell>
                <mxCell id="116" value="&lt;div&gt;&lt;br&gt;&lt;/div&gt;" style="text;strokeColor=none;fillColor=none;align=left;verticalAlign=top;spacingLeft=4;spacingRight=4;overflow=hidden;rotatable=0;points=[[0,0.5],[1,0.5]];portConstraint=eastwest;whiteSpace=wrap;html=1;" parent="110" vertex="1">
                    <mxGeometry y="104" width="200" as="geometry"/>
                </mxCell>
                <mxCell id="117" value="- priority: String" style="text;strokeColor=none;fillColor=none;align=left;verticalAlign=top;spacingLeft=4;spacingRight=4;overflow=hidden;rotatable=0;points=[[0,0.5],[1,0.5]];portConstraint=eastwest;whiteSpace=wrap;html=1;" parent="110" vertex="1">
                    <mxGeometry y="104" width="200" height="26" as="geometry"/>
                </mxCell>
                <mxCell id="118" value="- task_start_date: String" style="text;strokeColor=none;fillColor=none;align=left;verticalAlign=top;spacingLeft=4;spacingRight=4;overflow=hidden;rotatable=0;points=[[0,0.5],[1,0.5]];portConstraint=eastwest;whiteSpace=wrap;html=1;" parent="110" vertex="1">
                    <mxGeometry y="130" width="200" height="26" as="geometry"/>
                </mxCell>
                <mxCell id="119" value="- deadline_date: String" style="text;strokeColor=none;fillColor=none;align=left;verticalAlign=top;spacingLeft=4;spacingRight=4;overflow=hidden;rotatable=0;points=[[0,0.5],[1,0.5]];portConstraint=eastwest;whiteSpace=wrap;html=1;" parent="110" vertex="1">
                    <mxGeometry y="156" width="200" height="26" as="geometry"/>
                </mxCell>
                <mxCell id="120" value="- estimated_man_hours: double" style="text;strokeColor=none;fillColor=none;align=left;verticalAlign=top;spacingLeft=4;spacingRight=4;overflow=hidden;rotatable=0;points=[[0,0.5],[1,0.5]];portConstraint=eastwest;whiteSpace=wrap;html=1;" parent="110" vertex="1">
                    <mxGeometry y="182" width="200" height="26" as="geometry"/>
                </mxCell>
                <mxCell id="121" value="- task_progress: int" style="text;strokeColor=none;fillColor=none;align=left;verticalAlign=top;spacingLeft=4;spacingRight=4;overflow=hidden;rotatable=0;points=[[0,0.5],[1,0.5]];portConstraint=eastwest;whiteSpace=wrap;html=1;" parent="110" vertex="1">
                    <mxGeometry y="208" width="200" height="26" as="geometry"/>
                </mxCell>
                <mxCell id="122" value="- task_memo: String" style="text;strokeColor=none;fillColor=none;align=left;verticalAlign=top;spacingLeft=4;spacingRight=4;overflow=hidden;rotatable=0;points=[[0,0.5],[1,0.5]];portConstraint=eastwest;whiteSpace=wrap;html=1;" parent="110" vertex="1">
                    <mxGeometry y="234" width="200" height="26" as="geometry"/>
                </mxCell>
                <mxCell id="126" style="text;strokeColor=none;fillColor=none;align=left;verticalAlign=top;spacingLeft=4;spacingRight=4;overflow=hidden;rotatable=0;points=[[0,0.5],[1,0.5]];portConstraint=eastwest;whiteSpace=wrap;html=1;" parent="110" vertex="1">
                    <mxGeometry y="260" width="200" height="4" as="geometry"/>
                </mxCell>
                <mxCell id="127" value="" style="swimlane;fontStyle=1;align=center;verticalAlign=top;childLayout=stackLayout;horizontal=1;startSize=0;horizontalStack=0;resizeParent=1;resizeParentMax=0;resizeLast=0;collapsible=1;marginBottom=0;whiteSpace=wrap;html=1;" parent="96" vertex="1">
                    <mxGeometry y="524" width="200" height="208" as="geometry"/>
                </mxCell>
                <mxCell id="128" value="- man_hours_id:int" style="text;strokeColor=none;fillColor=none;align=left;verticalAlign=top;spacingLeft=4;spacingRight=4;overflow=hidden;rotatable=0;points=[[0,0.5],[1,0.5]];portConstraint=eastwest;whiteSpace=wrap;html=1;" parent="127" vertex="1">
                    <mxGeometry width="200" height="26" as="geometry"/>
                </mxCell>
                <mxCell id="130" value="- today_man_hours: double" style="text;strokeColor=none;fillColor=none;align=left;verticalAlign=top;spacingLeft=4;spacingRight=4;overflow=hidden;rotatable=0;points=[[0,0.5],[1,0.5]];portConstraint=eastwest;whiteSpace=wrap;html=1;" parent="127" vertex="1">
                    <mxGeometry y="26" width="200" height="26" as="geometry"/>
                </mxCell>
                <mxCell id="131" value="- work_details: String" style="text;strokeColor=none;fillColor=none;align=left;verticalAlign=top;spacingLeft=4;spacingRight=4;overflow=hidden;rotatable=0;points=[[0,0.5],[1,0.5]];portConstraint=eastwest;whiteSpace=wrap;html=1;" parent="127" vertex="1">
                    <mxGeometry y="52" width="200" height="26" as="geometry"/>
                </mxCell>
                <mxCell id="132" value="- work_date: String" style="text;strokeColor=none;fillColor=none;align=left;verticalAlign=top;spacingLeft=4;spacingRight=4;overflow=hidden;rotatable=0;points=[[0,0.5],[1,0.5]];portConstraint=eastwest;whiteSpace=wrap;html=1;" parent="127" vertex="1">
                    <mxGeometry y="78" width="200" height="26" as="geometry"/>
                </mxCell>
                <mxCell id="133" value="- man_hours_user_id: int" style="text;strokeColor=none;fillColor=none;align=left;verticalAlign=top;spacingLeft=4;spacingRight=4;overflow=hidden;rotatable=0;points=[[0,0.5],[1,0.5]];portConstraint=eastwest;whiteSpace=wrap;html=1;" parent="127" vertex="1">
                    <mxGeometry y="104" width="200" height="26" as="geometry"/>
                </mxCell>
-                 <mxCell id="135" value="&lt;span style=&quot;font-style: normal; font-variant-ligatures: normal; font-variant-caps: normal; font-weight: 400; letter-spacing: normal; orphans: 2; text-align: left; text-indent: 0px; text-transform: none; widows: 2; word-spacing: 0px; -webkit-text-stroke-width: 0px; white-space: pre-wrap; background-color: rgb(255, 255, 255); text-decoration-thickness: initial; text-decoration-style: initial; text-decoration-color: initial; float: none; display: inline !important;&quot;&gt;&lt;font style=&quot;color: rgb(0, 0, 0);&quot; face=&quot;Helvetica&quot;&gt;- actual_man_hours : double&lt;/font&gt;&lt;/span&gt;" style="text;strokeColor=none;fillColor=none;align=left;verticalAlign=top;spacingLeft=4;spacingRight=4;overflow=hidden;rotatable=0;points=[[0,0.5],[1,0.5]];portConstraint=eastwest;whiteSpace=wrap;html=1;" vertex="1" parent="127">
+                 <mxCell id="135" value="&lt;span style=&quot;font-style: normal; font-variant-ligatures: normal; font-variant-caps: normal; font-weight: 400; letter-spacing: normal; orphans: 2; text-align: left; text-indent: 0px; text-transform: none; widows: 2; word-spacing: 0px; -webkit-text-stroke-width: 0px; white-space: pre-wrap; background-color: rgb(255, 255, 255); text-decoration-thickness: initial; text-decoration-style: initial; text-decoration-color: initial; float: none; display: inline !important;&quot;&gt;&lt;font style=&quot;color: rgb(0, 0, 0);&quot; face=&quot;Helvetica&quot;&gt;- actual_man_hours : double&lt;/font&gt;&lt;/span&gt;" style="text;strokeColor=none;fillColor=none;align=left;verticalAlign=top;spacingLeft=4;spacingRight=4;overflow=hidden;rotatable=0;points=[[0,0.5],[1,0.5]];portConstraint=eastwest;whiteSpace=wrap;html=1;" parent="127" vertex="1">
                    <mxGeometry y="130" width="200" height="26" as="geometry"/>
                </mxCell>
-                 <mxCell id="137" value="- all_tasks : int" style="text;strokeColor=none;fillColor=none;align=left;verticalAlign=top;spacingLeft=4;spacingRight=4;overflow=hidden;rotatable=0;points=[[0,0.5],[1,0.5]];portConstraint=eastwest;whiteSpace=wrap;html=1;" vertex="1" parent="127">
+                 <mxCell id="137" value="- all_tasks : int" style="text;strokeColor=none;fillColor=none;align=left;verticalAlign=top;spacingLeft=4;spacingRight=4;overflow=hidden;rotatable=0;points=[[0,0.5],[1,0.5]];portConstraint=eastwest;whiteSpace=wrap;html=1;" parent="127" vertex="1">
                    <mxGeometry y="156" width="200" height="26" as="geometry"/>
                </mxCell>
-                 <mxCell id="136" value="- completed_tasks : int" style="text;strokeColor=none;fillColor=none;align=left;verticalAlign=top;spacingLeft=4;spacingRight=4;overflow=hidden;rotatable=0;points=[[0,0.5],[1,0.5]];portConstraint=eastwest;whiteSpace=wrap;html=1;" vertex="1" parent="127">
+                 <mxCell id="136" value="- completed_tasks : int" style="text;strokeColor=none;fillColor=none;align=left;verticalAlign=top;spacingLeft=4;spacingRight=4;overflow=hidden;rotatable=0;points=[[0,0.5],[1,0.5]];portConstraint=eastwest;whiteSpace=wrap;html=1;" parent="127" vertex="1">
                    <mxGeometry y="182" width="200" height="26" as="geometry"/>
                </mxCell>
                <mxCell id="109" value="" style="line;strokeWidth=1;fillColor=none;align=left;verticalAlign=middle;spacingTop=-1;spacingLeft=3;spacingRight=3;rotatable=0;labelPosition=right;points=[];portConstraint=eastwest;strokeColor=inherit;fontFamily=Helvetica;fontSize=12;fontColor=default;" parent="96" vertex="1">
                    <mxGeometry y="732" width="200" height="8" as="geometry"/>
                </mxCell>
            </root>
        </mxGraphModel>
    </diagram>
</mxfile>